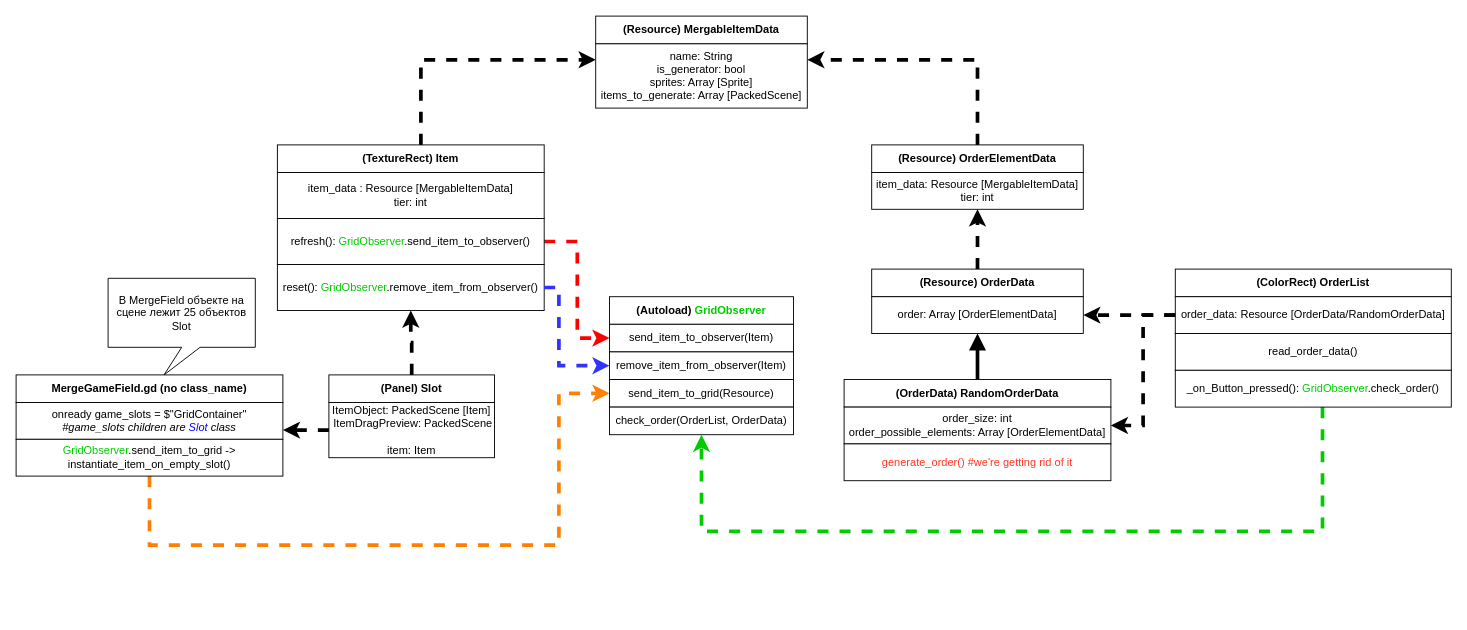
thefireKS/MergeGame keeps this draw.io diagram as merge_game_hierarchy.drawio. Above is the earlier version. Source tidied: cells renumbered, new cells numbered last; positions are measured from the earlier drawing's top-left corner, leaving out a move shared by most shapes. Both pictures are drawn from the tidied source at 92%, with x=0, y=0 at pixel (16, 16).
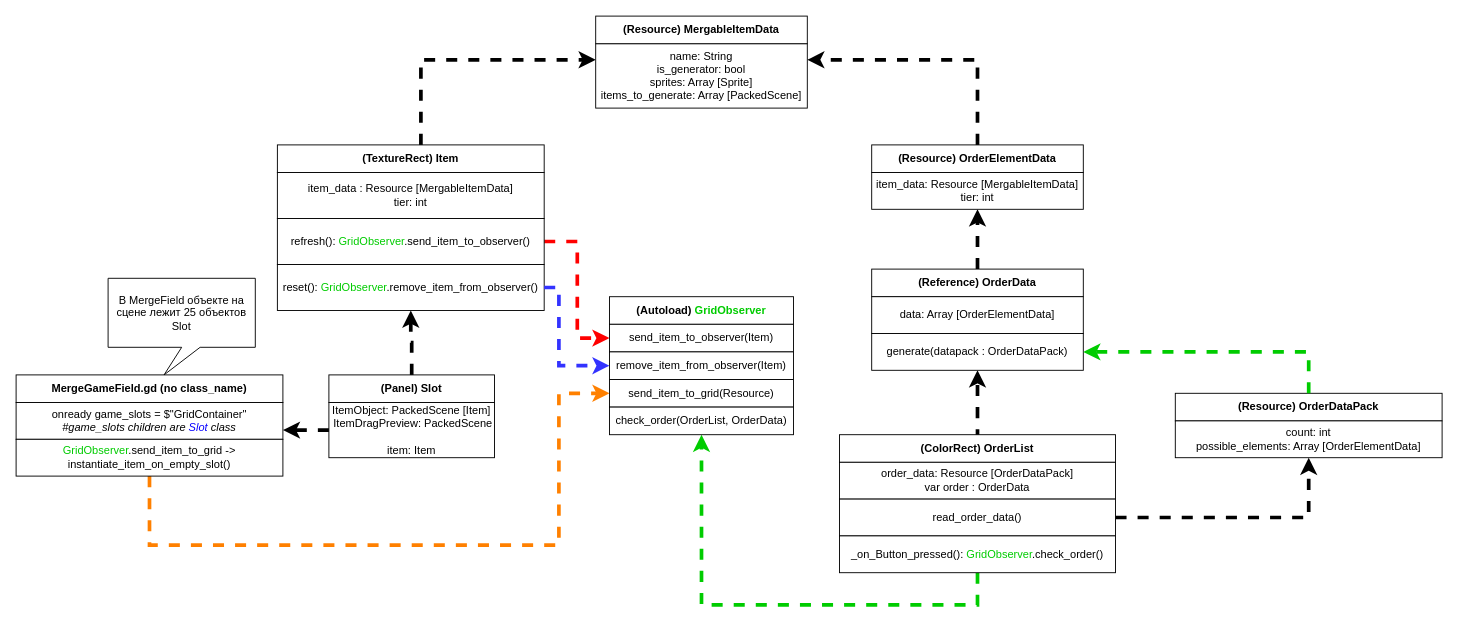
The same page after the edit.

Unchanged cells that the change refers to:
```xml
<mxCell id="42" value="read_order_data()" style="rounded=0;whiteSpace=wrap;html=1;" parent="39" vertex="1">
  <mxGeometry y="70" width="300" height="40" as="geometry" />
</mxCell>
<mxCell id="43" value="_on_Button_pressed(): &lt;font color=&quot;#00cc00&quot;&gt;GridObserver&lt;/font&gt;.check_order()" style="rounded=0;whiteSpace=wrap;html=1;" parent="39" vertex="1">
  <mxGeometry y="110" width="300" height="40" as="geometry" />
</mxCell>
<mxCell id="49" value="check_order(OrderList, OrderData)" style="rounded=0;whiteSpace=wrap;html=1;" parent="44" vertex="1">
  <mxGeometry y="120" width="200" height="30" as="geometry" />
</mxCell>
```

The edit, as a diff of the source:
```diff
@@
-    <mxCell id="6" style="edgeStyle=orthogonalEdgeStyle;rounded=0;jettySize=auto;html=1;entryX=0.5;entryY=1;entryDx=0;entryDy=0;endArrow=block;endFill=1;jumpSize=6;startSize=8;endSize=8;strokeWidth=4;" parent="1" edge="1" source="36" target="34">
-      <mxGeometry relative="1" as="geometry" />
-    </mxCell>
-    <mxCell id="7" style="edgeStyle=orthogonalEdgeStyle;rounded=0;jettySize=auto;html=1;entryX=1;entryY=0.5;entryDx=0;entryDy=0;dashed=1;strokeWidth=4;" parent="1" edge="1" source="41" target="34">
+    <mxCell id="7" style="edgeStyle=orthogonalEdgeStyle;rounded=0;jettySize=auto;html=1;entryX=0.5;entryY=1;entryDx=0;entryDy=0;dashed=1;strokeWidth=4;" parent="1" edge="1" source="41" target="51">
       <mxGeometry relative="1" as="geometry" />
     </mxCell>
-    <mxCell id="8" style="edgeStyle=orthogonalEdgeStyle;rounded=0;jettySize=auto;html=1;entryX=1;entryY=0.5;entryDx=0;entryDy=0;dashed=1;strokeWidth=4;" parent="1" edge="1" source="41" target="37">
-      <mxGeometry relative="1" as="geometry" />
-    </mxCell>
-    <mxCell id="9" style="edgeStyle=orthogonalEdgeStyle;rounded=0;jettySize=auto;html=1;entryX=0.5;entryY=1;entryDx=0;entryDy=0;dashed=1;strokeWidth=4;strokeColor=#00CC00;" parent="1" edge="1" source="43" target="49">
+    <mxCell id="9" style="edgeStyle=orthogonalEdgeStyle;rounded=0;jettySize=auto;html=1;entryX=0.5;entryY=1;entryDx=0;entryDy=0;dashed=1;strokeWidth=4;strokeColor=#00CC00;exitX=0.5;exitY=1;exitDx=0;exitDy=0;" parent="1" edge="1" source="43" target="49">
       <mxGeometry relative="1" as="geometry">
         <Array as="points">
-          <mxPoint x="1420" y="560" />
-          <mxPoint x="745" y="560" />
+          <mxPoint x="1045" y="640" />
+          <mxPoint x="745" y="640" />
         </Array>
       </mxGeometry>
     </mxCell>
@@
-    <mxCell id="32" style="group;" parent="1" vertex="1">
-      <mxGeometry x="930" y="275" width="230" height="70" as="geometry" />
-    </mxCell>
-    <mxCell id="33" value="&lt;b&gt;(Resource) OrderData&lt;/b&gt;" style="rounded=0;whiteSpace=wrap;html=1;" parent="32" vertex="1">
-      <mxGeometry width="230" height="30" as="geometry" />
-    </mxCell>
-    <mxCell id="34" value="order: Array [OrderElementData]" style="rounded=0;whiteSpace=wrap;html=1;" parent="32" vertex="1">
-      <mxGeometry y="30" width="230" height="40" as="geometry" />
-    </mxCell>
-    <mxCell id="35" style="group;" parent="1" vertex="1">
-      <mxGeometry x="900" y="395" width="290" height="110" as="geometry" />
-    </mxCell>
-    <mxCell id="36" value="&lt;b&gt;(OrderData) RandomOrderData&lt;/b&gt;" style="rounded=0;whiteSpace=wrap;html=1;" parent="35" vertex="1">
-      <mxGeometry width="290" height="30" as="geometry" />
-    </mxCell>
-    <mxCell id="37" value="order_size: int&lt;div&gt;order_possible_elements: Array [OrderElementData]&lt;/div&gt;" style="rounded=0;whiteSpace=wrap;html=1;" parent="35" vertex="1">
-      <mxGeometry y="30" width="290" height="40" as="geometry" />
-    </mxCell>
-    <mxCell id="38" value="&lt;font color=&quot;#ff3721&quot;&gt;generate_order() #we're getting rid of it&lt;/font&gt;" style="rounded=0;whiteSpace=wrap;html=1;" parent="35" vertex="1">
-      <mxGeometry y="70" width="290" height="40" as="geometry" />
-    </mxCell>
     <mxCell id="39" style="group;" parent="1" vertex="1">
-      <mxGeometry x="1260" y="275" width="300" height="150" as="geometry" />
+      <mxGeometry x="895" y="455" width="300" height="150" as="geometry" />
     </mxCell>
@@
-    <mxCell id="41" value="order_data: Resource [OrderData/RandomOrderData]" style="rounded=0;whiteSpace=wrap;html=1;" parent="39" vertex="1">
+    <mxCell id="41" value="order_data: Resource [OrderDataPack]&lt;div&gt;var order : OrderData&lt;/div&gt;" style="rounded=0;whiteSpace=wrap;html=1;" parent="39" vertex="1">
       <mxGeometry y="30" width="300" height="40" as="geometry" />
     </mxCell>
@@
+    <mxCell id="33" value="&lt;b&gt;(Reference) OrderData&lt;/b&gt;" style="rounded=0;whiteSpace=wrap;html=1;" parent="1" vertex="1">
+      <mxGeometry x="930" y="275" width="230" height="30" as="geometry" />
+    </mxCell>
+    <mxCell id="34" value="data: Array [OrderElementData]" style="rounded=0;whiteSpace=wrap;html=1;" parent="1" vertex="1">
+      <mxGeometry x="930" y="305" width="230" height="40" as="geometry" />
+    </mxCell>
+    <mxCell id="51" value="generate(datapack : OrderDataPack)" style="rounded=0;whiteSpace=wrap;html=1;" parent="1" vertex="1">
+      <mxGeometry x="930" y="345" width="230" height="40" as="geometry" />
+    </mxCell>
+    <mxCell id="52" style="group;" parent="1" vertex="1">
+      <mxGeometry x="1260" y="410" width="290" height="70" as="geometry" />
+    </mxCell>
+    <mxCell id="36" value="&lt;b&gt;(Resource) OrderDataPack&lt;/b&gt;" style="rounded=0;whiteSpace=wrap;html=1;" parent="52" vertex="1">
+      <mxGeometry width="290" height="30" as="geometry" />
+    </mxCell>
+    <mxCell id="37" value="count: int&lt;div&gt;possible_elements: Array [OrderElementData]&lt;/div&gt;" style="rounded=0;whiteSpace=wrap;html=1;" parent="52" vertex="1">
+      <mxGeometry y="30" width="290" height="40" as="geometry" />
+    </mxCell>
+    <mxCell id="53" style="edgeStyle=orthogonalEdgeStyle;rounded=0;jettySize=auto;html=1;entryX=0.5;entryY=1;entryDx=0;entryDy=0;strokeWidth=4;dashed=1;" parent="1" edge="1" source="42" target="37">
+      <mxGeometry relative="1" as="geometry">
+        <Array as="points">
+          <mxPoint x="1405" y="545" />
+        </Array>
+      </mxGeometry>
+    </mxCell>
+    <mxCell id="54" style="edgeStyle=orthogonalEdgeStyle;rounded=0;jettySize=auto;html=1;entryX=1;entryY=0.5;entryDx=0;entryDy=0;strokeWidth=4;dashed=1;strokeColor=#00CC00;" parent="1" edge="1" source="36" target="51">
+      <mxGeometry relative="1" as="geometry">
+        <Array as="points">
+          <mxPoint x="1405" y="365" />
+        </Array>
+      </mxGeometry>
+    </mxCell>
```
